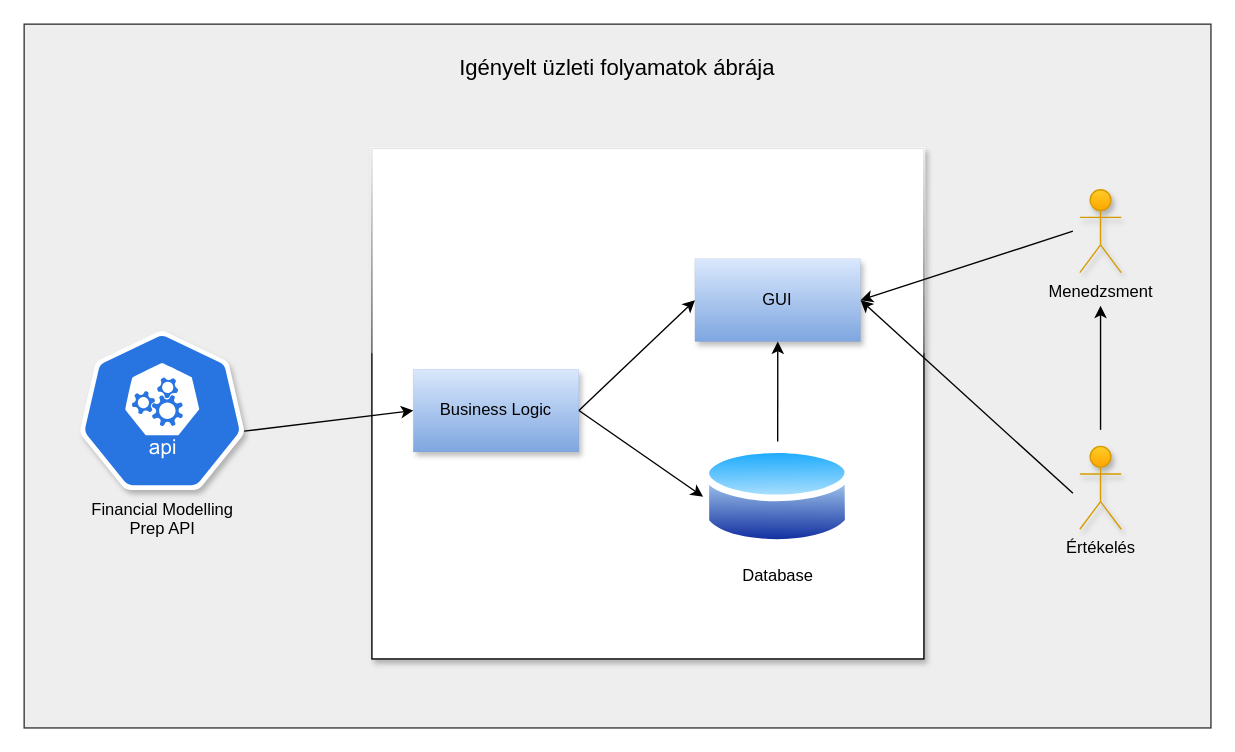
Earlier version of the draw.io diagram img/docs/kov_spec_igenyelt_uzleti_foly.drawio (lesheidrich/stock_analysis_afp_II). Source tidied: cells renumbered, new cells numbered last; positions are measured from the earlier drawing's top-left corner, leaving out a move shared by most shapes. Both pictures are drawn from the tidied source at 138%, with x=0, y=0 at pixel (23, 23).
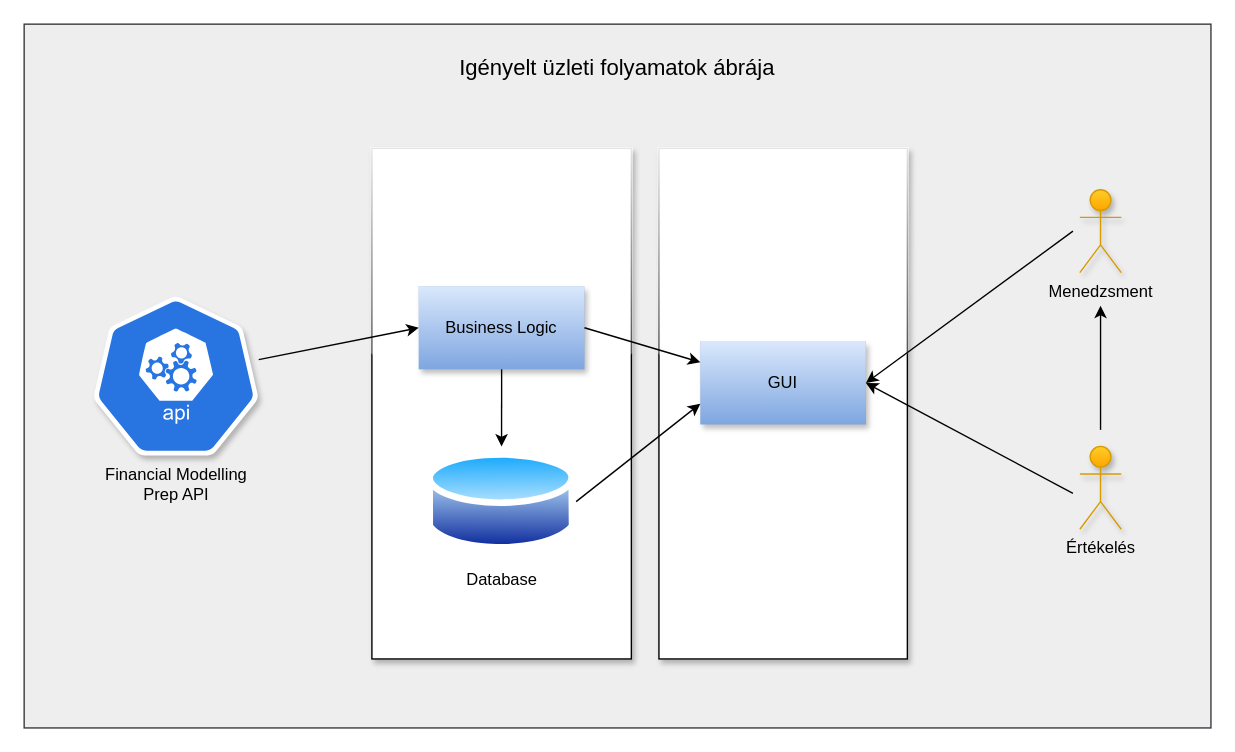
After the change.

Commit message (it also covers changes not shown here):
könnyű kliens update>igényelt üzl foly

The edit, as a diff of the source:
```diff
@@
+    <mxCell id="18" style="rounded=0;whiteSpace=wrap;html=1;shadow=1;glass=1;" parent="1" vertex="1">
+      <mxGeometry x="460" y="90" width="180" height="370" as="geometry" />
+    </mxCell>
     <mxCell id="3" style="rounded=0;whiteSpace=wrap;html=1;shadow=1;glass=1;" parent="1" vertex="1">
-      <mxGeometry x="252" y="90" width="400" height="370" as="geometry" />
+      <mxGeometry x="252" y="90" width="188" height="370" as="geometry" />
     </mxCell>
     <mxCell id="4" value="GUI" style="rounded=0;whiteSpace=wrap;html=1;fillColor=#dae8fc;gradientColor=#7ea6e0;strokeColor=#6c8ebf;strokeWidth=0;shadow=1;" parent="1" vertex="1">
-      <mxGeometry x="486.1" y="170" width="120" height="60" as="geometry" />
+      <mxGeometry x="490" y="230" width="120" height="60" as="geometry" />
     </mxCell>
     <mxCell id="5" value="Business Logic" style="rounded=0;whiteSpace=wrap;html=1;fillColor=#dae8fc;gradientColor=#7ea6e0;strokeColor=#6c8ebf;strokeWidth=0;shadow=1;" parent="1" vertex="1">
-      <mxGeometry x="282" y="250" width="120" height="60" as="geometry" />
+      <mxGeometry x="286" y="190" width="120" height="60" as="geometry" />
     </mxCell>
     <mxCell id="6" value="Financial Modelling &lt;br&gt;Prep API" style="sketch=0;html=1;dashed=0;whitespace=wrap;fillColor=#2875E2;strokeColor=#ffffff;points=[[0.005,0.63,0],[0.1,0.2,0],[0.9,0.2,0],[0.5,0,0],[0.995,0.63,0],[0.72,0.99,0],[0.5,1,0],[0.28,0.99,0]];verticalLabelPosition=bottom;align=center;verticalAlign=top;shape=mxgraph.kubernetes.icon;prIcon=api;shadow=1;" parent="1" vertex="1">
-      <mxGeometry x="40" y="222.5" width="120" height="115" as="geometry" />
+      <mxGeometry x="50" y="197.5" width="120" height="115" as="geometry" />
     </mxCell>
     <mxCell id="7" value="Database" style="perimeter=ellipsePerimeter;html=1;align=center;shadow=0;dashed=0;spacingTop=3;image;image=img/lib/active_directory/database.svg;" parent="1" vertex="1">
-      <mxGeometry x="492" y="302.5" width="108.1" height="80" as="geometry" />
+      <mxGeometry x="291.9" y="306" width="108.1" height="80" as="geometry" />
     </mxCell>
-    <mxCell id="8" style="endArrow=classic;html=1;rounded=0;exitX=1;exitY=0.5;exitDx=0;exitDy=0;entryX=0;entryY=0.5;entryDx=0;entryDy=0;" parent="1" edge="1" source="5" target="7">
+    <mxCell id="8" style="endArrow=classic;html=1;rounded=0;exitX=0.5;exitY=1;exitDx=0;exitDy=0;" parent="1" edge="1" source="5" target="7">
       <mxGeometry relative="1" as="geometry" />
     </mxCell>
-    <mxCell id="9" style="endArrow=classic;html=1;rounded=0;exitX=1;exitY=0.5;exitDx=0;exitDy=0;entryX=0;entryY=0.5;entryDx=0;entryDy=0;" parent="1" edge="1" source="5" target="4">
+    <mxCell id="9" style="endArrow=classic;html=1;rounded=0;exitX=1;exitY=0.5;exitDx=0;exitDy=0;entryX=0;entryY=0.25;entryDx=0;entryDy=0;" parent="1" edge="1" source="5" target="4">
       <mxGeometry relative="1" as="geometry" />
     </mxCell>
-    <mxCell id="10" style="endArrow=classic;html=1;rounded=0;exitX=0.5;exitY=0;exitDx=0;exitDy=0;entryX=0.5;entryY=1;entryDx=0;entryDy=0;" parent="1" edge="1" source="7" target="4">
+    <mxCell id="10" style="endArrow=classic;html=1;rounded=0;exitX=1;exitY=0.5;exitDx=0;exitDy=0;entryX=0;entryY=0.75;entryDx=0;entryDy=0;" parent="1" edge="1" source="7" target="4">
       <mxGeometry relative="1" as="geometry" />
     </mxCell>
@@
-    <mxCell id="16" style="endArrow=classic;html=1;rounded=0;exitX=0.995;exitY=0.63;exitDx=0;exitDy=0;exitPerimeter=0;entryX=0;entryY=0.5;entryDx=0;entryDy=0;" parent="1" edge="1" source="6" target="5">
+    <mxCell id="16" style="endArrow=classic;html=1;rounded=0;entryX=0;entryY=0.5;entryDx=0;entryDy=0;" parent="1" edge="1" source="6" target="5">
       <mxGeometry relative="1" as="geometry" />
     </mxCell>
```
